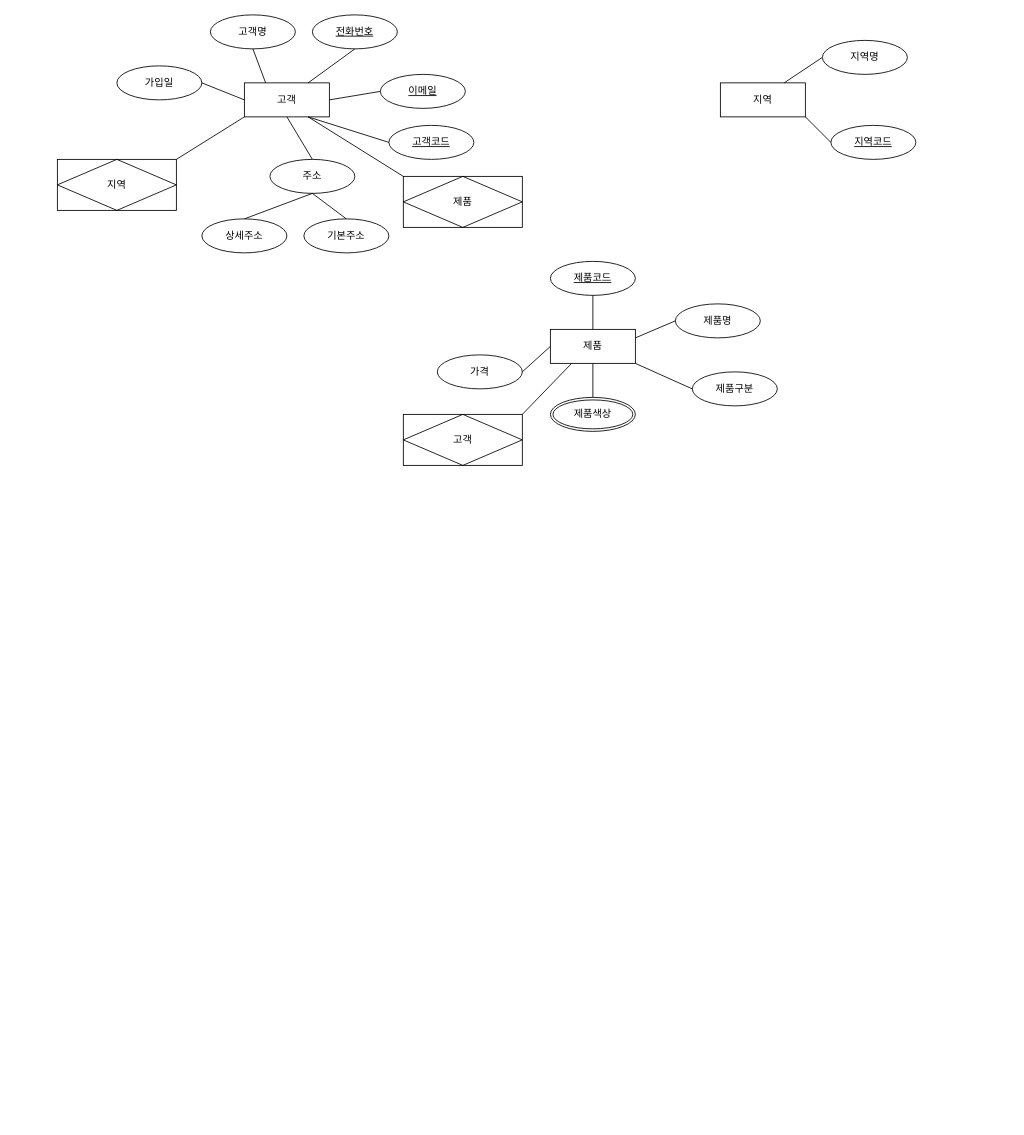
Earlier version of the draw.io diagram 제목 없는 다이어그램.drawio (gus8054/erd). Source tidied: cells renumbered, new cells numbered last; positions are measured from the earlier drawing's top-left corner, leaving out a move shared by most shapes. Both pictures are drawn from the tidied source at 85%, with x=0, y=0 at pixel (57, 14).
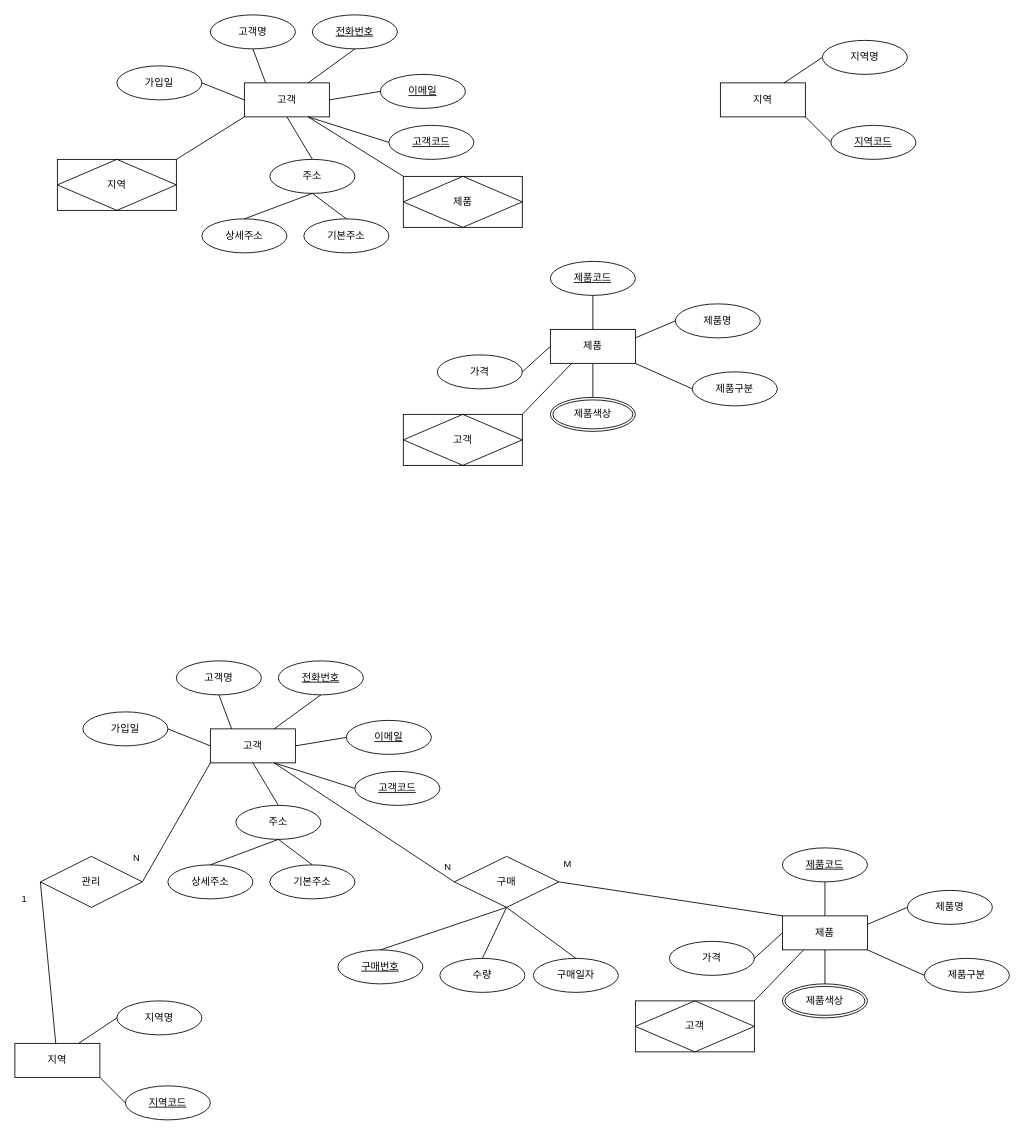
After the change.

Commit message:
제목 없는 다이어그램.drawio 업데이트

What changed in the source:
```diff
@@
+    <mxCell id="41" value="고객" style="whiteSpace=wrap;html=1;align=center;" parent="1" vertex="1">
+      <mxGeometry x="180" y="840" width="100" height="40" as="geometry" />
+    </mxCell>
+    <mxCell id="42" value="고객명" style="ellipse;whiteSpace=wrap;html=1;align=center;" parent="1" vertex="1">
+      <mxGeometry x="140" y="760" width="100" height="40" as="geometry" />
+    </mxCell>
+    <mxCell id="43" style="endArrow=none;html=1;rounded=0;exitX=0.5;exitY=1;exitDx=0;exitDy=0;entryX=0.25;entryY=0;entryDx=0;entryDy=0;" parent="1" edge="1" source="42" target="41">
+      <mxGeometry relative="1" as="geometry" />
+    </mxCell>
+    <mxCell id="44" value="전화번호" style="ellipse;whiteSpace=wrap;html=1;align=center;fontStyle=4;" parent="1" vertex="1">
+      <mxGeometry x="260" y="760" width="100" height="40" as="geometry" />
+    </mxCell>
+    <mxCell id="45" style="endArrow=none;html=1;rounded=0;exitX=0.5;exitY=1;exitDx=0;exitDy=0;entryX=0.75;entryY=0;entryDx=0;entryDy=0;" parent="1" edge="1" source="44" target="41">
+      <mxGeometry relative="1" as="geometry" />
+    </mxCell>
+    <mxCell id="46" value="이메일" style="ellipse;whiteSpace=wrap;html=1;align=center;fontStyle=4;" parent="1" vertex="1">
+      <mxGeometry x="340" y="830" width="100" height="40" as="geometry" />
+    </mxCell>
+    <mxCell id="47" style="endArrow=none;html=1;rounded=0;entryX=0;entryY=0.5;entryDx=0;entryDy=0;exitX=1;exitY=0.5;exitDx=0;exitDy=0;" parent="1" edge="1" source="41" target="46">
+      <mxGeometry relative="1" as="geometry" />
+    </mxCell>
+    <mxCell id="48" value="고객코드" style="ellipse;whiteSpace=wrap;html=1;align=center;fontStyle=4;" parent="1" vertex="1">
+      <mxGeometry x="350" y="890" width="100" height="40" as="geometry" />
+    </mxCell>
+    <mxCell id="49" style="endArrow=none;html=1;rounded=0;entryX=0;entryY=0.5;entryDx=0;entryDy=0;exitX=0.75;exitY=1;exitDx=0;exitDy=0;" parent="1" edge="1" source="41" target="48">
+      <mxGeometry relative="1" as="geometry" />
+    </mxCell>
+    <mxCell id="50" value="주소" style="ellipse;whiteSpace=wrap;html=1;align=center;" parent="1" vertex="1">
+      <mxGeometry x="210" y="930" width="100" height="40" as="geometry" />
+    </mxCell>
+    <mxCell id="51" style="endArrow=none;html=1;rounded=0;exitX=0.5;exitY=1;exitDx=0;exitDy=0;entryX=0.5;entryY=0;entryDx=0;entryDy=0;" parent="1" edge="1" source="41" target="50">
+      <mxGeometry relative="1" as="geometry" />
+    </mxCell>
+    <mxCell id="52" value="상세주소" style="ellipse;whiteSpace=wrap;html=1;align=center;" parent="1" vertex="1">
+      <mxGeometry x="130" y="1000" width="100" height="40" as="geometry" />
+    </mxCell>
+    <mxCell id="53" style="endArrow=none;html=1;rounded=0;exitX=0.5;exitY=1;exitDx=0;exitDy=0;entryX=0.5;entryY=0;entryDx=0;entryDy=0;" parent="1" edge="1" source="50" target="52">
+      <mxGeometry relative="1" as="geometry" />
+    </mxCell>
+    <mxCell id="54" value="기본주소" style="ellipse;whiteSpace=wrap;html=1;align=center;" parent="1" vertex="1">
+      <mxGeometry x="250" y="1000" width="100" height="40" as="geometry" />
+    </mxCell>
+    <mxCell id="55" style="endArrow=none;html=1;rounded=0;exitX=0.5;exitY=1;exitDx=0;exitDy=0;entryX=0.5;entryY=0;entryDx=0;entryDy=0;" parent="1" edge="1" source="50" target="54">
+      <mxGeometry relative="1" as="geometry" />
+    </mxCell>
+    <mxCell id="56" value="가입일" style="ellipse;whiteSpace=wrap;html=1;align=center;" parent="1" vertex="1">
+      <mxGeometry x="30" y="820" width="100" height="40" as="geometry" />
+    </mxCell>
+    <mxCell id="57" style="endArrow=none;html=1;rounded=0;exitX=0;exitY=0.5;exitDx=0;exitDy=0;entryX=1;entryY=0.5;entryDx=0;entryDy=0;" parent="1" edge="1" source="41" target="56">
+      <mxGeometry relative="1" as="geometry" />
+    </mxCell>
+    <mxCell id="58" value="지역" style="whiteSpace=wrap;html=1;align=center;" parent="1" vertex="1">
+      <mxGeometry x="-50" y="1210" width="100" height="40" as="geometry" />
+    </mxCell>
+    <mxCell id="59" style="endArrow=none;html=1;rounded=0;entryX=0;entryY=0.5;entryDx=0;entryDy=0;exitX=0.75;exitY=0;exitDx=0;exitDy=0;" parent="1" edge="1" source="58" target="60">
+      <mxGeometry relative="1" as="geometry" />
+    </mxCell>
+    <mxCell id="60" value="지역명" style="ellipse;whiteSpace=wrap;html=1;align=center;" parent="1" vertex="1">
+      <mxGeometry x="70" y="1160" width="100" height="40" as="geometry" />
+    </mxCell>
+    <mxCell id="61" value="지역코드" style="ellipse;whiteSpace=wrap;html=1;align=center;fontStyle=4;" parent="1" vertex="1">
+      <mxGeometry x="80" y="1260" width="100" height="40" as="geometry" />
+    </mxCell>
+    <mxCell id="62" style="endArrow=none;html=1;rounded=0;entryX=0;entryY=0.5;entryDx=0;entryDy=0;exitX=1;exitY=1;exitDx=0;exitDy=0;" parent="1" edge="1" source="58" target="61">
+      <mxGeometry relative="1" as="geometry" />
+    </mxCell>
+    <mxCell id="63" value="제품" style="whiteSpace=wrap;html=1;align=center;" parent="1" vertex="1">
+      <mxGeometry x="853" y="1060" width="100" height="40" as="geometry" />
+    </mxCell>
+    <mxCell id="64" value="제품코드" style="ellipse;whiteSpace=wrap;html=1;align=center;fontStyle=4;" parent="1" vertex="1">
+      <mxGeometry x="853" y="980" width="100" height="40" as="geometry" />
+    </mxCell>
+    <mxCell id="65" style="endArrow=none;html=1;rounded=0;entryX=0.5;entryY=1;entryDx=0;entryDy=0;exitX=0.5;exitY=0;exitDx=0;exitDy=0;" parent="1" edge="1" source="63" target="64">
+      <mxGeometry relative="1" as="geometry" />
+    </mxCell>
+    <mxCell id="66" value="제품명" style="ellipse;whiteSpace=wrap;html=1;align=center;" parent="1" vertex="1">
+      <mxGeometry x="1000" y="1030" width="100" height="40" as="geometry" />
+    </mxCell>
+    <mxCell id="67" style="endArrow=none;html=1;rounded=0;entryX=0.5;entryY=1;entryDx=0;entryDy=0;exitX=0.5;exitY=0;exitDx=0;exitDy=0;" parent="1" edge="1" source="71" target="63">
+      <mxGeometry relative="1" as="geometry" />
+    </mxCell>
+    <mxCell id="68" style="endArrow=none;html=1;rounded=0;entryX=0;entryY=0.5;entryDx=0;entryDy=0;exitX=1;exitY=0.25;exitDx=0;exitDy=0;" parent="1" edge="1" source="63" target="66">
+      <mxGeometry relative="1" as="geometry" />
+    </mxCell>
+    <mxCell id="69" value="제품구분" style="ellipse;whiteSpace=wrap;html=1;align=center;" parent="1" vertex="1">
+      <mxGeometry x="1020" y="1110" width="100" height="40" as="geometry" />
+    </mxCell>
+    <mxCell id="70" style="endArrow=none;html=1;rounded=0;entryX=0;entryY=0.5;entryDx=0;entryDy=0;exitX=1;exitY=1;exitDx=0;exitDy=0;" parent="1" edge="1" source="63" target="69">
+      <mxGeometry relative="1" as="geometry" />
+    </mxCell>
+    <mxCell id="71" value="제품색상" style="ellipse;shape=doubleEllipse;margin=3;whiteSpace=wrap;html=1;align=center;" parent="1" vertex="1">
+      <mxGeometry x="853" y="1140" width="100" height="40" as="geometry" />
+    </mxCell>
+    <mxCell id="72" value="가격" style="ellipse;whiteSpace=wrap;html=1;align=center;" parent="1" vertex="1">
+      <mxGeometry x="720" y="1090" width="100" height="40" as="geometry" />
+    </mxCell>
+    <mxCell id="73" style="endArrow=none;html=1;rounded=0;entryX=1;entryY=0.5;entryDx=0;entryDy=0;exitX=0;exitY=0.5;exitDx=0;exitDy=0;" parent="1" edge="1" source="63" target="72">
+      <mxGeometry relative="1" as="geometry" />
+    </mxCell>
+    <mxCell id="74" value="고객" style="shape=associativeEntity;whiteSpace=wrap;html=1;align=center;" parent="1" vertex="1">
+      <mxGeometry x="680" y="1160" width="140" height="60" as="geometry" />
+    </mxCell>
+    <mxCell id="75" style="endArrow=none;html=1;rounded=0;entryX=0.25;entryY=1;entryDx=0;entryDy=0;exitX=1;exitY=0;exitDx=0;exitDy=0;" parent="1" edge="1" source="74" target="63">
+      <mxGeometry relative="1" as="geometry" />
+    </mxCell>
+    <mxCell id="76" value="관리" style="shape=rhombus;perimeter=rhombusPerimeter;whiteSpace=wrap;html=1;align=center;" parent="1" vertex="1">
+      <mxGeometry x="-20" y="990" width="120" height="60" as="geometry" />
+    </mxCell>
+    <mxCell id="77" value="N" style="endArrow=none;html=1;rounded=0;entryX=1;entryY=0.5;entryDx=0;entryDy=0;exitX=0;exitY=1;exitDx=0;exitDy=0;" parent="1" edge="1" source="41" target="76">
+      <mxGeometry x="0.74" y="-20" relative="1" as="geometry" />
+    </mxCell>
+    <mxCell id="78" value="1" style="endArrow=none;html=1;rounded=0;entryX=0;entryY=0.5;entryDx=0;entryDy=0;" parent="1" edge="1" source="58" target="76">
+      <mxGeometry x="0.81" y="21" relative="1" as="geometry" />
+    </mxCell>
+    <mxCell id="79" value="구매" style="shape=rhombus;perimeter=rhombusPerimeter;whiteSpace=wrap;html=1;align=center;" parent="1" vertex="1">
+      <mxGeometry x="467" y="990" width="123" height="60" as="geometry" />
+    </mxCell>
+    <mxCell id="80" value="N" style="endArrow=none;html=1;rounded=0;entryX=0;entryY=0.5;entryDx=0;entryDy=0;exitX=0.75;exitY=1;exitDx=0;exitDy=0;" parent="1" edge="1" source="41" target="79">
+      <mxGeometry x="0.87" y="10" relative="1" as="geometry" />
+    </mxCell>
+    <mxCell id="81" value="M" style="endArrow=none;html=1;rounded=0;entryX=0;entryY=0;entryDx=0;entryDy=0;exitX=1;exitY=0.5;exitDx=0;exitDy=0;" parent="1" edge="1" source="79" target="63">
+      <mxGeometry x="-0.94" y="22" relative="1" as="geometry">
+        <mxPoint x="-1" as="offset" />
+      </mxGeometry>
+    </mxCell>
+    <mxCell id="82" value="수량" style="ellipse;whiteSpace=wrap;html=1;align=center;" parent="1" vertex="1">
+      <mxGeometry x="450" y="1110" width="100" height="40" as="geometry" />
+    </mxCell>
+    <mxCell id="83" style="endArrow=none;html=1;rounded=0;entryX=0.5;entryY=1;entryDx=0;entryDy=0;exitX=0.5;exitY=0;exitDx=0;exitDy=0;" parent="1" edge="1" source="82" target="79">
+      <mxGeometry relative="1" as="geometry" />
+    </mxCell>
+    <mxCell id="84" value="구매일자" style="ellipse;whiteSpace=wrap;html=1;align=center;" parent="1" vertex="1">
+      <mxGeometry x="560" y="1110" width="100" height="40" as="geometry" />
+    </mxCell>
+    <mxCell id="85" style="endArrow=none;html=1;rounded=0;entryX=0.5;entryY=1;entryDx=0;entryDy=0;exitX=0.5;exitY=0;exitDx=0;exitDy=0;" parent="1" edge="1" source="84" target="79">
+      <mxGeometry relative="1" as="geometry" />
+    </mxCell>
+    <mxCell id="86" value="구매번호" style="ellipse;whiteSpace=wrap;html=1;align=center;fontStyle=4;" parent="1" vertex="1">
+      <mxGeometry x="330" y="1100" width="100" height="40" as="geometry" />
+    </mxCell>
+    <mxCell id="87" style="endArrow=none;html=1;rounded=0;entryX=0.5;entryY=1;entryDx=0;entryDy=0;exitX=0.5;exitY=0;exitDx=0;exitDy=0;" parent="1" edge="1" source="86" target="79">
+      <mxGeometry relative="1" as="geometry" />
+    </mxCell>
```
